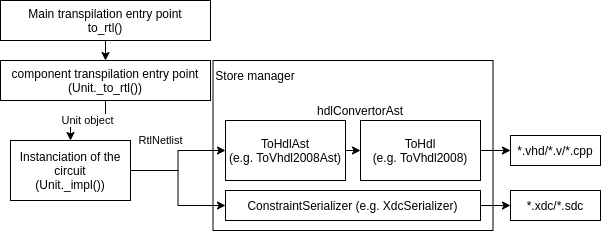
The draw.io diagram doc/_static/hwt_transpilation_process.png in Nic30/hwt, before a commit. Source tidied: cells renumbered, new cells last; positions are measured from the earlier drawing's top-left corner, leaving out a move shared by most shapes.
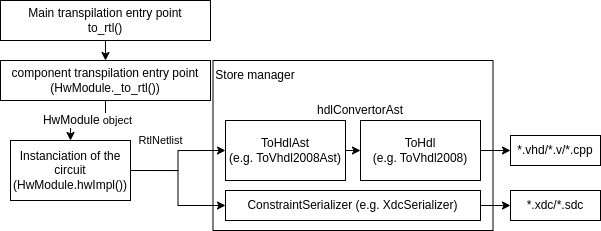
Above is the later version.

The edit, as a diff of the source:
```diff
@@ -26,16 +26,16 @@
     <mxCell id="9" value="&lt;meta charset=&quot;utf-8&quot;&gt;&lt;span style=&quot;color: rgb(0, 0, 0); font-family: helvetica; font-size: 11px; font-style: normal; font-weight: 400; letter-spacing: normal; text-align: center; text-indent: 0px; text-transform: none; word-spacing: 0px; background-color: rgb(255, 255, 255); display: inline; float: none;&quot;&gt;RtlNetlist&lt;/span&gt;" style="edgeStyle=orthogonalEdgeStyle;rounded=0;jettySize=auto;html=1;exitX=1;exitY=0.5;exitDx=0;exitDy=0;entryX=0;entryY=0.5;entryDx=0;entryDy=0;" parent="1" edge="1" source="10" target="18">
       <mxGeometry x="-0.54" y="30" relative="1" as="geometry" />
     </mxCell>
-    <mxCell id="10" value="Instanciation of the circuit&lt;br&gt;(Unit._impl())" style="rounded=0;whiteSpace=wrap;html=1;" parent="1" vertex="1">
+    <mxCell id="10" value="Instanciation of the circuit&lt;br&gt;(HwModule.hwImpl())" style="rounded=0;whiteSpace=wrap;html=1;" parent="1" vertex="1">
       <mxGeometry x="10" y="140" width="120" height="60" as="geometry" />
     </mxCell>
     <mxCell id="11" value="*.vhd/*.v/*.cpp" style="rounded=0;whiteSpace=wrap;html=1;" parent="1" vertex="1">
       <mxGeometry x="510" y="135" width="90" height="30" as="geometry" />
     </mxCell>
-    <mxCell id="12" value="Unit object" style="edgeStyle=orthogonalEdgeStyle;rounded=0;jettySize=auto;html=1;exitX=0.5;exitY=1;exitDx=0;exitDy=0;entryX=0.5;entryY=0;entryDx=0;entryDy=0;" parent="1" edge="1" source="13" target="10">
+    <mxCell id="12" value="&lt;span style=&quot;font-size: 12px; text-wrap: wrap; background-color: rgb(251, 251, 251);&quot;&gt;HwModule&lt;/span&gt;&amp;nbsp;object" style="edgeStyle=orthogonalEdgeStyle;rounded=0;jettySize=auto;html=1;exitX=0.5;exitY=1;exitDx=0;exitDy=0;entryX=0.5;entryY=0;entryDx=0;entryDy=0;" parent="1" edge="1" source="13" target="10">
       <mxGeometry relative="1" as="geometry" />
     </mxCell>
-    <mxCell id="13" value="component transpilation entry point&lt;br&gt;(Unit._to_rtl())" style="rounded=0;whiteSpace=wrap;html=1;" parent="1" vertex="1">
+    <mxCell id="13" value="component transpilation entry point&lt;br&gt;(HwModule._to_rtl())" style="rounded=0;whiteSpace=wrap;html=1;" parent="1" vertex="1">
       <mxGeometry y="60" width="210" height="40" as="geometry" />
     </mxCell>
     <mxCell id="14" value="Store manager" style="text;html=1;strokeColor=none;fillColor=none;align=center;verticalAlign=middle;whiteSpace=wrap;rounded=0;" parent="1" vertex="1">
```
